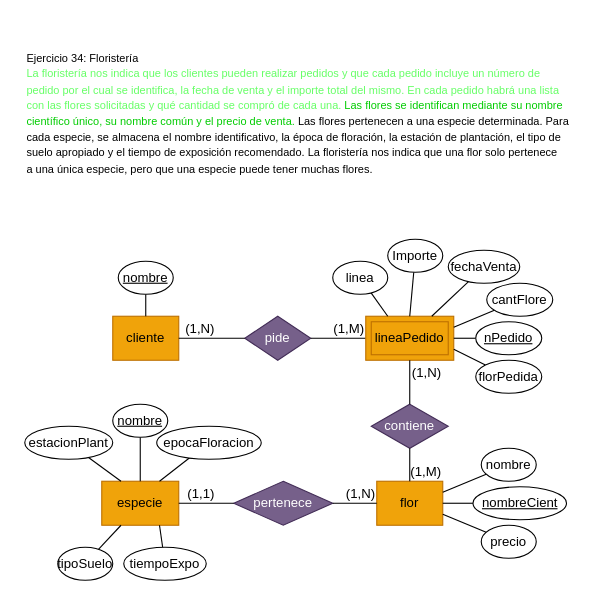
Neixxl/BaseDeDatos keeps this draw.io diagram as RelacionEjercicios5/Ejercicio34.drawio. Above is the earlier version. Source tidied: cells renumbered, new cells numbered last; positions are measured from the earlier drawing's top-left corner, leaving out a move shared by most shapes. Both pictures are drawn from the tidied source at 110%, with x=0, y=0 at pixel (24, 19).
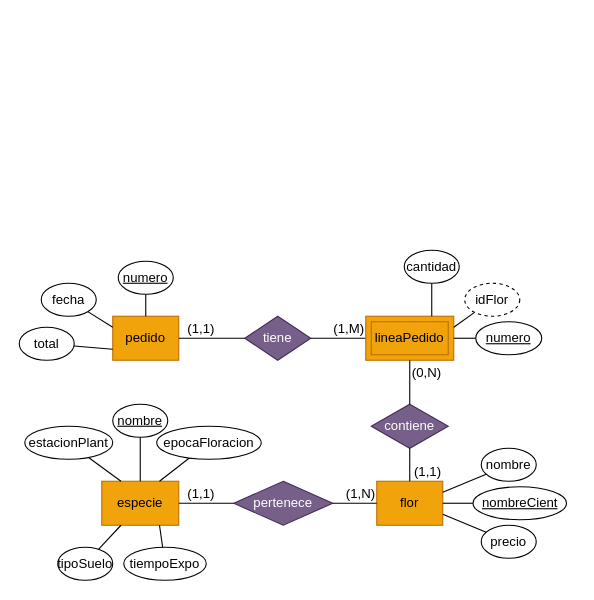
The same diagram, later.

The change refers to these unchanged cells:
```xml
<mxCell id="6" style="endArrow=none;html=1;rounded=0;exitX=0;exitY=0.5;exitDx=0;exitDy=0;entryX=1;entryY=0.5;entryDx=0;entryDy=0;" parent="1" edge="1" source="5" target="3">
  <mxGeometry relative="1" as="geometry" />
</mxCell>
<mxCell id="10" value="lineaPedido" style="whiteSpace=wrap;html=1;align=center;fillColor=#f0a30a;strokeColor=#BD7000;fontColor=#000000;shape=ext;margin=3;double=1;" parent="1" vertex="1">
  <mxGeometry x="310" y="270" width="80" height="40" as="geometry" />
</mxCell>
<mxCell id="12" style="endArrow=none;html=1;rounded=0;exitX=0.5;exitY=0;exitDx=0;exitDy=0;entryX=0.5;entryY=1;entryDx=0;entryDy=0;" parent="1" edge="1" source="11" target="10">
  <mxGeometry relative="1" as="geometry" />
</mxCell>
<mxCell id="14" style="endArrow=none;html=1;rounded=0;exitX=0.5;exitY=1;exitDx=0;exitDy=0;entryX=0.5;entryY=0;entryDx=0;entryDy=0;" parent="1" edge="1" source="11" target="4">
  <mxGeometry relative="1" as="geometry" />
</mxCell>
```

What changed in the source:
```diff
@@
-    <mxCell id="2" value="&lt;div&gt;&lt;span style=&quot;font-size: 10px;&quot;&gt;Ejercicio 34: Floristería&lt;/span&gt;&lt;/div&gt;&lt;div&gt;&lt;span style=&quot;font-size: 10px;&quot;&gt;&lt;font style=&quot;color: rgb(102, 255, 102);&quot;&gt;La floristería nos indica que los clientes pueden realizar pedidos y que cada pedido incluye un número de&lt;/font&gt;&lt;/span&gt;&lt;/div&gt;&lt;div&gt;&lt;span style=&quot;font-size: 10px;&quot;&gt;&lt;font style=&quot;color: rgb(102, 255, 102);&quot;&gt;pedido por el cual se identifica, la fecha de venta y el importe total del mismo. En cada pedido habrá una lista&lt;/font&gt;&lt;/span&gt;&lt;/div&gt;&lt;div&gt;&lt;span style=&quot;font-size: 10px;&quot;&gt;&lt;font style=&quot;color: rgb(102, 255, 102);&quot;&gt;con las flores solicitadas y qué cantidad se compró de cada una.&lt;/font&gt;&lt;font style=&quot;color: rgb(0, 204, 0);&quot;&gt; Las flores se identifican mediante su nombre&lt;/font&gt;&lt;/span&gt;&lt;/div&gt;&lt;div&gt;&lt;span style=&quot;font-size: 10px;&quot;&gt;&lt;font style=&quot;color: rgb(0, 204, 0);&quot;&gt;científico único, su nombre común y el precio de venta. &lt;/font&gt;Las flores pertenecen a una especie determinada. Para&lt;/span&gt;&lt;/div&gt;&lt;div&gt;&lt;span style=&quot;font-size: 10px;&quot;&gt;cada especie, se almacena el nombre identificativo, la época de floración, la estación de plantación, el tipo de&lt;/span&gt;&lt;/div&gt;&lt;div&gt;&lt;span style=&quot;font-size: 10px;&quot;&gt;suelo apropiado y el tiempo de exposición recomendado. La floristería nos indica que una flor solo pertenece&lt;/span&gt;&lt;/div&gt;&lt;div&gt;&lt;span style=&quot;font-size: 10px;&quot;&gt;a una única especie, pero que una especie puede tener muchas flores.&lt;/span&gt;&lt;/div&gt;" style="text;html=1;align=left;verticalAlign=middle;whiteSpace=wrap;rounded=0;" parent="1" vertex="1">
-      <mxGeometry width="500" height="170" as="geometry" />
-    </mxCell>
-    <mxCell id="3" value="cliente" style="whiteSpace=wrap;html=1;align=center;fillColor=#f0a30a;strokeColor=#BD7000;fontColor=#000000;" parent="1" vertex="1">
+    <mxCell id="3" value="pedido" style="whiteSpace=wrap;html=1;align=center;fillColor=#f0a30a;strokeColor=#BD7000;fontColor=#000000;" parent="1" vertex="1">
       <mxGeometry x="80" y="270" width="60" height="40" as="geometry" />
     </mxCell>
@@
-    <mxCell id="5" value="pide" style="shape=rhombus;perimeter=rhombusPerimeter;whiteSpace=wrap;html=1;align=center;fillColor=#76608a;fontColor=#ffffff;strokeColor=#432D57;" parent="1" vertex="1">
+    <mxCell id="5" value="tiene" style="shape=rhombus;perimeter=rhombusPerimeter;whiteSpace=wrap;html=1;align=center;fillColor=#76608a;fontColor=#ffffff;strokeColor=#432D57;" parent="1" vertex="1">
       <mxGeometry x="200" y="270" width="60" height="40" as="geometry" />
     </mxCell>
@@
-    <mxCell id="7" value="(1,N)" style="html=1;whiteSpace=wrap;align=right;verticalAlign=bottom;" parent="6" vertex="1">
+    <mxCell id="7" value="(1,1)" style="html=1;whiteSpace=wrap;align=right;verticalAlign=bottom;" parent="6" vertex="1">
       <mxGeometry x="1" relative="1" as="geometry">
         <mxPoint x="34" as="offset" />
       </mxGeometry>
     </mxCell>
@@
-    <mxCell id="13" value="(1,N)" style="html=1;whiteSpace=wrap;align=right;verticalAlign=bottom;" parent="12" vertex="1">
+    <mxCell id="13" value="(0,N)" style="html=1;whiteSpace=wrap;align=right;verticalAlign=bottom;" parent="12" vertex="1">
       <mxGeometry x="1" relative="1" as="geometry">
         <mxPoint x="30" y="20" as="offset" />
       </mxGeometry>
     </mxCell>
@@
-    <mxCell id="15" value="(1,M)" style="html=1;whiteSpace=wrap;align=right;verticalAlign=bottom;" parent="14" vertex="1">
+    <mxCell id="15" value="(1,1)" style="html=1;whiteSpace=wrap;align=right;verticalAlign=bottom;" parent="14" vertex="1">
       <mxGeometry x="1" relative="1" as="geometry">
         <mxPoint x="30" as="offset" />
       </mxGeometry>
     </mxCell>
@@
-    <mxCell id="17" value="&lt;u&gt;nPedido&lt;/u&gt;" style="ellipse;whiteSpace=wrap;html=1;align=center;" parent="1" vertex="1">
+    <mxCell id="17" value="&lt;u&gt;numero&lt;/u&gt;" style="ellipse;whiteSpace=wrap;html=1;align=center;" parent="1" vertex="1">
       <mxGeometry x="410" y="275" width="60" height="30" as="geometry" />
     </mxCell>
-    <mxCell id="18" style="endArrow=none;html=1;rounded=0;exitX=0.75;exitY=0;exitDx=0;exitDy=0;" parent="1" edge="1" source="10" target="19">
-      <mxGeometry relative="1" as="geometry" />
-    </mxCell>
-    <mxCell id="19" value="fechaVenta" style="ellipse;whiteSpace=wrap;html=1;align=center;" parent="1" vertex="1">
-      <mxGeometry x="385" y="210" width="65" height="30" as="geometry" />
-    </mxCell>
-    <mxCell id="20" style="endArrow=none;html=1;rounded=0;exitX=0.5;exitY=0;exitDx=0;exitDy=0;" parent="1" edge="1" source="10" target="21">
-      <mxGeometry relative="1" as="geometry" />
-    </mxCell>
-    <mxCell id="21" value="Importe" style="ellipse;whiteSpace=wrap;html=1;align=center;" parent="1" vertex="1">
-      <mxGeometry x="330" y="200" width="50" height="30" as="geometry" />
-    </mxCell>
-    <mxCell id="22" style="endArrow=none;html=1;rounded=0;exitX=1;exitY=0.75;exitDx=0;exitDy=0;" parent="1" edge="1" source="10" target="23">
-      <mxGeometry relative="1" as="geometry" />
-    </mxCell>
-    <mxCell id="23" value="florPedida" style="ellipse;whiteSpace=wrap;html=1;align=center;" parent="1" vertex="1">
-      <mxGeometry x="410" y="310" width="60" height="30" as="geometry" />
-    </mxCell>
-    <mxCell id="24" style="endArrow=none;html=1;rounded=0;exitX=1;exitY=0.25;exitDx=0;exitDy=0;" parent="1" edge="1" source="10" target="25">
-      <mxGeometry relative="1" as="geometry" />
-    </mxCell>
-    <mxCell id="25" value="cantFlore" style="ellipse;whiteSpace=wrap;html=1;align=center;" parent="1" vertex="1">
-      <mxGeometry x="420" y="240" width="60" height="30" as="geometry" />
-    </mxCell>
@@
-    <mxCell id="48" style="endArrow=none;html=1;rounded=0;exitX=0.25;exitY=0;exitDx=0;exitDy=0;" parent="1" edge="1" source="10" target="49">
-      <mxGeometry relative="1" as="geometry" />
-    </mxCell>
-    <mxCell id="49" value="linea" style="ellipse;whiteSpace=wrap;html=1;align=center;" parent="1" vertex="1">
-      <mxGeometry x="280" y="220" width="50" height="30" as="geometry" />
-    </mxCell>
@@
-    <mxCell id="51" value="&lt;u&gt;nombre&lt;/u&gt;" style="ellipse;whiteSpace=wrap;html=1;align=center;" parent="1" vertex="1">
+    <mxCell id="51" value="&lt;u&gt;numero&lt;/u&gt;" style="ellipse;whiteSpace=wrap;html=1;align=center;" parent="1" vertex="1">
       <mxGeometry x="85" y="220" width="50" height="30" as="geometry" />
     </mxCell>
+    <mxCell id="52" style="endArrow=none;html=1;rounded=0;exitX=0;exitY=0.25;exitDx=0;exitDy=0;" parent="1" edge="1" source="3" target="53">
+      <mxGeometry relative="1" as="geometry" />
+    </mxCell>
+    <mxCell id="53" value="fecha" style="ellipse;whiteSpace=wrap;html=1;align=center;" parent="1" vertex="1">
+      <mxGeometry x="15" y="240" width="50" height="30" as="geometry" />
+    </mxCell>
+    <mxCell id="54" style="endArrow=none;html=1;rounded=0;exitX=0;exitY=0.75;exitDx=0;exitDy=0;" parent="1" edge="1" source="3" target="55">
+      <mxGeometry relative="1" as="geometry" />
+    </mxCell>
+    <mxCell id="55" value="total" style="ellipse;whiteSpace=wrap;html=1;align=center;" parent="1" vertex="1">
+      <mxGeometry x="-5" y="280" width="50" height="30" as="geometry" />
+    </mxCell>
+    <mxCell id="56" style="endArrow=none;html=1;rounded=0;exitX=1;exitY=0.25;exitDx=0;exitDy=0;" parent="1" edge="1" source="10" target="57">
+      <mxGeometry relative="1" as="geometry" />
+    </mxCell>
+    <mxCell id="57" value="idFlor" style="ellipse;whiteSpace=wrap;html=1;align=center;dashed=1;" parent="1" vertex="1">
+      <mxGeometry x="400" y="240" width="50" height="30" as="geometry" />
+    </mxCell>
+    <mxCell id="58" style="endArrow=none;html=1;rounded=0;exitX=0.75;exitY=0;exitDx=0;exitDy=0;" parent="1" edge="1" source="10" target="59">
+      <mxGeometry relative="1" as="geometry" />
+    </mxCell>
+    <mxCell id="59" value="cantidad" style="ellipse;whiteSpace=wrap;html=1;align=center;" parent="1" vertex="1">
+      <mxGeometry x="345" y="210" width="50" height="30" as="geometry" />
+    </mxCell>
```
